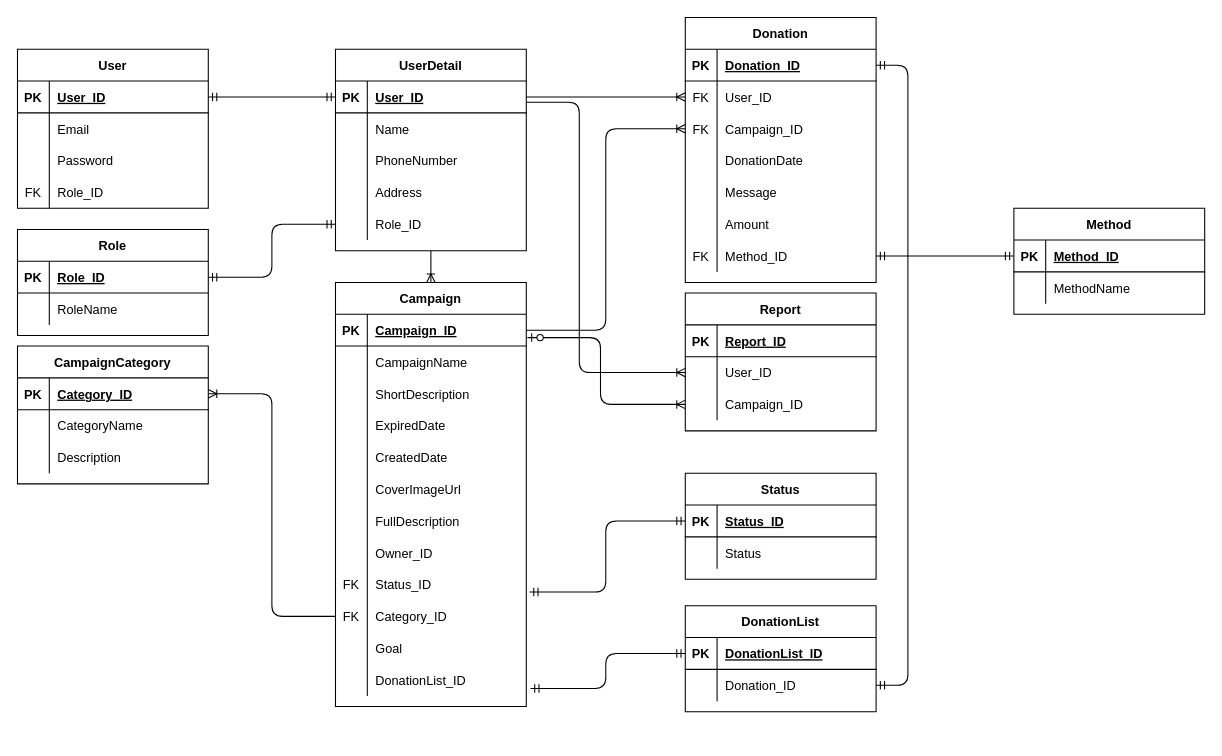
The draw.io diagram database.drawio in ces-hoangdao/VDF_KTPM, before the edit. Source tidied: cells renumbered, new cells numbered last; positions are measured from the earlier drawing's top-left corner, leaving out a move shared by most shapes. Both pictures are drawn from the tidied source at 106%, with x=0, y=0 at pixel (17, 17).
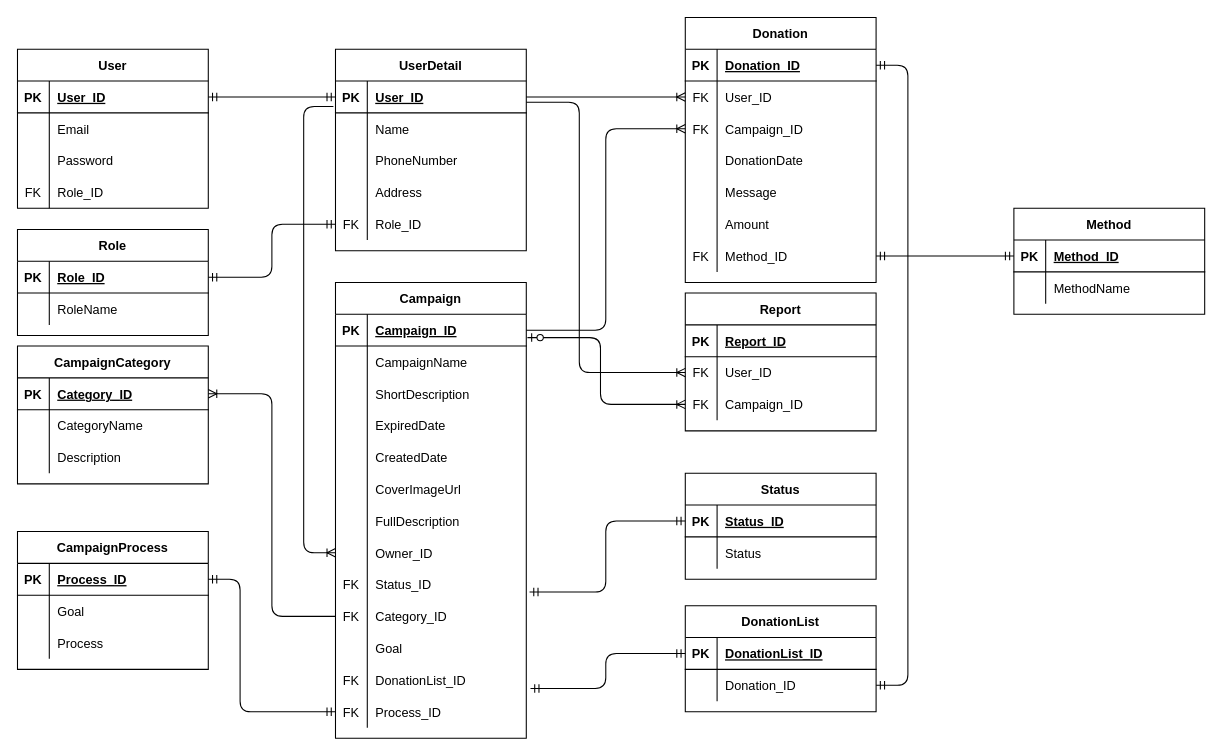
After the change.

The change refers to these unchanged cells:
```xml
<mxCell id="22" value="UserDetail" style="shape=table;startSize=30;childLayout=tableLayout;rowLines=0;fontStyle=1;align=center;" parent="1" vertex="1">
  <mxGeometry x="300" y="30" width="180" height="190" as="geometry" />
</mxCell>
<mxCell id="23" style="shape=partialRectangle;fillColor=none;top=0;left=0;bottom=1;right=0;points=[[0,0.5],[1,0.5]];portConstraint=eastwest;" parent="22" vertex="1">
  <mxGeometry y="30" width="180" height="30" as="geometry" />
</mxCell>
<mxCell id="35" style="shape=partialRectangle;fillColor=none;top=0;left=0;bottom=0;right=0;points=[[0,0.5],[1,0.5]];portConstraint=eastwest;" parent="22" vertex="1">
  <mxGeometry y="150" width="180" height="30" as="geometry" />
</mxCell>
<mxCell id="61" style="shape=partialRectangle;fillColor=none;top=0;left=0;bottom=0;right=0;points=[[0,0.5],[1,0.5]];portConstraint=eastwest;" parent="39" vertex="1">
  <mxGeometry y="240" width="180" height="30" as="geometry" />
</mxCell>
<mxCell id="73" style="shape=partialRectangle;fillColor=none;top=0;left=0;bottom=0;right=0;points=[[0,0.5],[1,0.5]];portConstraint=eastwest;" parent="39" vertex="1">
  <mxGeometry y="360" width="180" height="30" as="geometry" />
</mxCell>
<mxCell id="133" style="shape=partialRectangle;fillColor=none;top=0;left=0;bottom=0;right=0;points=[[0,0.5],[1,0.5]];portConstraint=eastwest;" parent="129" vertex="1">
  <mxGeometry y="60" width="180" height="30" as="geometry" />
</mxCell>
<mxCell id="136" style="shape=partialRectangle;fillColor=none;top=0;left=0;bottom=0;right=0;points=[[0,0.5],[1,0.5]];portConstraint=eastwest;" parent="129" vertex="1">
  <mxGeometry y="90" width="180" height="30" as="geometry" />
</mxCell>
```

Diff of the diagram source:
```diff
@@
-    <mxCell id="36" style="shape=partialRectangle;fillColor=none;top=0;left=0;bottom=0;right=0;overflow=hidden;" parent="35" vertex="1">
+    <mxCell id="36" value="FK" style="shape=partialRectangle;fillColor=none;top=0;left=0;bottom=0;right=0;overflow=hidden;" parent="35" vertex="1">
       <mxGeometry width="30" height="30" as="geometry" />
     </mxCell>
@@
     <mxCell id="39" value="Campaign" style="shape=table;startSize=30;childLayout=tableLayout;rowLines=0;fontStyle=1;align=center;" parent="1" vertex="1">
-      <mxGeometry x="300" y="250" width="180" height="400" as="geometry" />
+      <mxGeometry x="300" y="250" width="180" height="430" as="geometry" />
     </mxCell>
@@
-    <mxCell id="74" style="shape=partialRectangle;fillColor=none;top=0;left=0;bottom=0;right=0;overflow=hidden;" parent="73" vertex="1">
+    <mxCell id="74" value="FK" style="shape=partialRectangle;fillColor=none;top=0;left=0;bottom=0;right=0;overflow=hidden;" parent="73" vertex="1">
       <mxGeometry width="30" height="30" as="geometry" />
     </mxCell>
@@
+    <mxCell id="150" style="shape=partialRectangle;fillColor=none;top=0;left=0;bottom=0;right=0;points=[[0,0.5],[1,0.5]];portConstraint=eastwest;" parent="39" vertex="1">
+      <mxGeometry y="390" width="180" height="30" as="geometry" />
+    </mxCell>
+    <mxCell id="151" value="FK" style="shape=partialRectangle;fillColor=none;top=0;left=0;bottom=0;right=0;overflow=hidden;" parent="150" vertex="1">
+      <mxGeometry width="30" height="30" as="geometry" />
+    </mxCell>
+    <mxCell id="152" value="Process_ID" style="shape=partialRectangle;fillColor=none;top=0;left=0;bottom=0;right=0;align=left;spacingLeft=6;overflow=hidden;" parent="150" vertex="1">
+      <mxGeometry x="30" width="150" height="30" as="geometry" />
+    </mxCell>
-    <mxCell id="76" style="edgeStyle=orthogonalEdgeStyle;fontSize=12;html=1;endArrow=ERoneToMany;entryX=0.5;entryY=0;entryDx=0;entryDy=0;exitX=0.5;exitY=1;exitDx=0;exitDy=0;" parent="1" edge="1" source="22" target="39">
-      <mxGeometry relative="1" as="geometry" />
+    <mxCell id="76" style="edgeStyle=orthogonalEdgeStyle;fontSize=12;html=1;endArrow=ERoneToMany;entryX=0;entryY=0.5;entryDx=0;entryDy=0;exitX=-0.011;exitY=0.8;exitDx=0;exitDy=0;exitPerimeter=0;" parent="1" edge="1" source="23" target="61">
+      <mxGeometry relative="1" as="geometry">
+        <Array as="points">
+          <mxPoint x="270" y="84" />
+          <mxPoint x="270" y="505" />
+        </Array>
+      </mxGeometry>
     </mxCell>
@@
-    <mxCell id="134" style="shape=partialRectangle;fillColor=none;top=0;left=0;bottom=0;right=0;overflow=hidden;" parent="133" vertex="1">
+    <mxCell id="134" value="FK" style="shape=partialRectangle;fillColor=none;top=0;left=0;bottom=0;right=0;overflow=hidden;" parent="133" vertex="1">
       <mxGeometry width="30" height="30" as="geometry" />
     </mxCell>
@@
-    <mxCell id="137" style="shape=partialRectangle;fillColor=none;top=0;left=0;bottom=0;right=0;overflow=hidden;" parent="136" vertex="1">
+    <mxCell id="137" value="FK" style="shape=partialRectangle;fillColor=none;top=0;left=0;bottom=0;right=0;overflow=hidden;" parent="136" vertex="1">
       <mxGeometry width="30" height="30" as="geometry" />
     </mxCell>
@@
+    <mxCell id="153" value="CampaignProcess" style="shape=table;startSize=30;childLayout=tableLayout;rowLines=0;fontStyle=1;align=center;" parent="1" vertex="1">
+      <mxGeometry y="485" width="180" height="130" as="geometry" />
+    </mxCell>
+    <mxCell id="154" style="shape=partialRectangle;fillColor=none;top=0;left=0;bottom=1;right=0;points=[[0,0.5],[1,0.5]];portConstraint=eastwest;" parent="153" vertex="1">
+      <mxGeometry y="30" width="180" height="30" as="geometry" />
+    </mxCell>
+    <mxCell id="155" value="PK" style="shape=partialRectangle;fillColor=none;top=0;left=0;bottom=0;right=0;fontStyle=1;overflow=hidden;" parent="154" vertex="1">
+      <mxGeometry width="30" height="30" as="geometry" />
+    </mxCell>
+    <mxCell id="156" value="Process_ID" style="shape=partialRectangle;fillColor=none;top=0;left=0;bottom=0;right=0;align=left;spacingLeft=6;fontStyle=5;overflow=hidden;" parent="154" vertex="1">
+      <mxGeometry x="30" width="150" height="30" as="geometry" />
+    </mxCell>
+    <mxCell id="157" style="shape=partialRectangle;fillColor=none;top=0;left=0;bottom=0;right=0;" parent="153" vertex="1">
+      <mxGeometry y="60" width="180" height="30" as="geometry" />
+    </mxCell>
+    <mxCell id="158" style="shape=partialRectangle;fillColor=none;top=0;left=0;bottom=0;right=0;overflow=hidden;" parent="157" vertex="1">
+      <mxGeometry width="30" height="30" as="geometry" />
+    </mxCell>
+    <mxCell id="159" value="Goal" style="shape=partialRectangle;fillColor=none;top=0;left=0;bottom=0;right=0;align=left;spacingLeft=6;overflow=hidden;" parent="157" vertex="1">
+      <mxGeometry x="30" width="150" height="30" as="geometry" />
+    </mxCell>
+    <mxCell id="160" style="shape=partialRectangle;fillColor=none;top=0;left=0;bottom=0;right=0;" parent="153" vertex="1">
+      <mxGeometry y="90" width="180" height="30" as="geometry" />
+    </mxCell>
+    <mxCell id="161" style="shape=partialRectangle;fillColor=none;top=0;left=0;bottom=0;right=0;overflow=hidden;" parent="160" vertex="1">
+      <mxGeometry width="30" height="30" as="geometry" />
+    </mxCell>
+    <mxCell id="162" value="Process" style="shape=partialRectangle;fillColor=none;top=0;left=0;bottom=0;right=0;align=left;spacingLeft=6;overflow=hidden;" parent="160" vertex="1">
+      <mxGeometry x="30" width="150" height="30" as="geometry" />
+    </mxCell>
+    <mxCell id="163" style="edgeStyle=orthogonalEdgeStyle;fontSize=12;html=1;endArrow=ERmandOne;startArrow=ERmandOne;exitX=1;exitY=0.5;exitDx=0;exitDy=0;entryX=0;entryY=0.5;entryDx=0;entryDy=0;" parent="1" edge="1" source="154" target="150">
+      <mxGeometry relative="1" as="geometry">
+        <Array as="points">
+          <mxPoint x="210" y="530" />
+          <mxPoint x="210" y="655" />
+        </Array>
+      </mxGeometry>
+    </mxCell>
```
